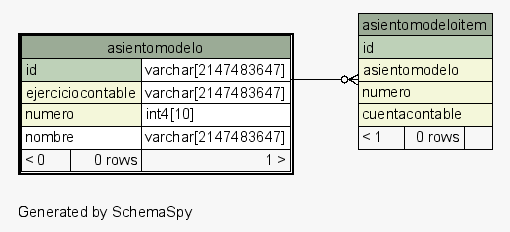
Above: postgresql/schemaSpy/salida/diagrams/asientomodelo.1degree.png in diegopablomansilla/massoftware_front (Graphviz), before the change. Its source is kept beside it as postgresql/schemaSpy/salida/diagrams/asientomodelo.1degree.dot.
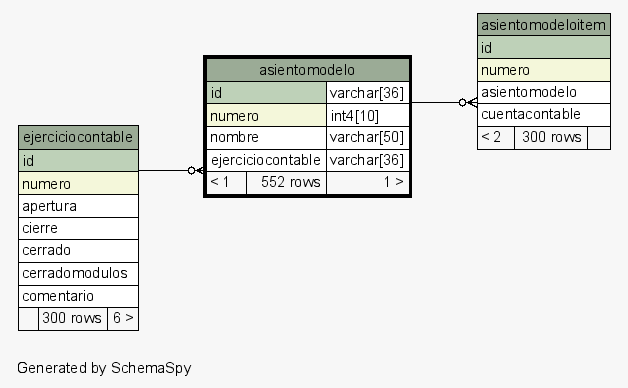
After the change.

Diff of the diagram source:
```diff
@@ -17,16 +17,17 @@
   edge [
     arrowsize="0.8"
   ];
+  "asientomodelo":"ejerciciocontable":sw -> "ejerciciocontable":"id":se [arrowhead=none dir=back arrowtail=crowodot];
   "asientomodeloitem":"asientomodelo":sw -> "asientomodelo":"id.type":se [arrowhead=none dir=back arrowtail=crowodot];
   "asientomodelo" [
     label=<
     <TABLE BORDER="2" CELLBORDER="1" CELLSPACING="0" BGCOLOR="#ffffff">
       <TR><TD COLSPAN="3" BGCOLOR="#9bab96" ALIGN="CENTER">asientomodelo</TD></TR>
-      <TR><TD PORT="id" COLSPAN="2" BGCOLOR="#bed1b8" ALIGN="LEFT">id</TD><TD PORT="id.type" ALIGN="LEFT">varchar[2147483647]</TD></TR>
-      <TR><TD PORT="ejerciciocontable" COLSPAN="2" BGCOLOR="#f4f7da" ALIGN="LEFT">ejerciciocontable</TD><TD PORT="ejerciciocontable.type" ALIGN="LEFT">varchar[2147483647]</TD></TR>
+      <TR><TD PORT="id" COLSPAN="2" BGCOLOR="#bed1b8" ALIGN="LEFT">id</TD><TD PORT="id.type" ALIGN="LEFT">varchar[36]</TD></TR>
       <TR><TD PORT="numero" COLSPAN="2" BGCOLOR="#f4f7da" ALIGN="LEFT">numero</TD><TD PORT="numero.type" ALIGN="LEFT">int4[10]</TD></TR>
-      <TR><TD PORT="nombre" COLSPAN="2" ALIGN="LEFT">nombre</TD><TD PORT="nombre.type" ALIGN="LEFT">varchar[2147483647]</TD></TR>
-      <TR><TD ALIGN="LEFT" BGCOLOR="#f7f7f7">&lt; 0</TD><TD ALIGN="RIGHT" BGCOLOR="#f7f7f7">0 rows</TD><TD ALIGN="RIGHT" BGCOLOR="#f7f7f7">1 &gt;</TD></TR>
+      <TR><TD PORT="nombre" COLSPAN="2" ALIGN="LEFT">nombre</TD><TD PORT="nombre.type" ALIGN="LEFT">varchar[50]</TD></TR>
+      <TR><TD PORT="ejerciciocontable" COLSPAN="2" ALIGN="LEFT">ejerciciocontable</TD><TD PORT="ejerciciocontable.type" ALIGN="LEFT">varchar[36]</TD></TR>
+      <TR><TD ALIGN="LEFT" BGCOLOR="#f7f7f7">&lt; 1</TD><TD ALIGN="RIGHT" BGCOLOR="#f7f7f7">552 rows</TD><TD ALIGN="RIGHT" BGCOLOR="#f7f7f7">1 &gt;</TD></TR>
     </TABLE>>
     URL="asientomodelo.html"
     tooltip="asientomodelo"
@@ -36,12 +37,28 @@
     <TABLE BORDER="0" CELLBORDER="1" CELLSPACING="0" BGCOLOR="#ffffff">
       <TR><TD COLSPAN="3" BGCOLOR="#9bab96" ALIGN="CENTER">asientomodeloitem</TD></TR>
       <TR><TD PORT="id" COLSPAN="3" BGCOLOR="#bed1b8" ALIGN="LEFT">id</TD></TR>
-      <TR><TD PORT="asientomodelo" COLSPAN="3" BGCOLOR="#f4f7da" ALIGN="LEFT">asientomodelo</TD></TR>
       <TR><TD PORT="numero" COLSPAN="3" BGCOLOR="#f4f7da" ALIGN="LEFT">numero</TD></TR>
-      <TR><TD PORT="cuentacontable" COLSPAN="3" BGCOLOR="#f4f7da" ALIGN="LEFT">cuentacontable</TD></TR>
-      <TR><TD ALIGN="LEFT" BGCOLOR="#f7f7f7">&lt; 1</TD><TD ALIGN="RIGHT" BGCOLOR="#f7f7f7">0 rows</TD><TD ALIGN="RIGHT" BGCOLOR="#f7f7f7">  </TD></TR>
+      <TR><TD PORT="asientomodelo" COLSPAN="3" ALIGN="LEFT">asientomodelo</TD></TR>
+      <TR><TD PORT="cuentacontable" COLSPAN="3" ALIGN="LEFT">cuentacontable</TD></TR>
+      <TR><TD ALIGN="LEFT" BGCOLOR="#f7f7f7">&lt; 2</TD><TD ALIGN="RIGHT" BGCOLOR="#f7f7f7">300 rows</TD><TD ALIGN="RIGHT" BGCOLOR="#f7f7f7">  </TD></TR>
     </TABLE>>
     URL="asientomodeloitem.html"
     tooltip="asientomodeloitem"
   ];
+  "ejerciciocontable" [
+    label=<
+    <TABLE BORDER="0" CELLBORDER="1" CELLSPACING="0" BGCOLOR="#ffffff">
+      <TR><TD COLSPAN="3" BGCOLOR="#9bab96" ALIGN="CENTER">ejerciciocontable</TD></TR>
+      <TR><TD PORT="id" COLSPAN="3" BGCOLOR="#bed1b8" ALIGN="LEFT">id</TD></TR>
+      <TR><TD PORT="numero" COLSPAN="3" BGCOLOR="#f4f7da" ALIGN="LEFT">numero</TD></TR>
+      <TR><TD PORT="apertura" COLSPAN="3" ALIGN="LEFT">apertura</TD></TR>
+      <TR><TD PORT="cierre" COLSPAN="3" ALIGN="LEFT">cierre</TD></TR>
+      <TR><TD PORT="cerrado" COLSPAN="3" ALIGN="LEFT">cerrado</TD></TR>
+      <TR><TD PORT="cerradomodulos" COLSPAN="3" ALIGN="LEFT">cerradomodulos</TD></TR>
+      <TR><TD PORT="comentario" COLSPAN="3" ALIGN="LEFT">comentario</TD></TR>
+      <TR><TD ALIGN="LEFT" BGCOLOR="#f7f7f7">  </TD><TD ALIGN="RIGHT" BGCOLOR="#f7f7f7">300 rows</TD><TD ALIGN="RIGHT" BGCOLOR="#f7f7f7">6 &gt;</TD></TR>
+    </TABLE>>
+    URL="ejerciciocontable.html"
+    tooltip="ejerciciocontable"
+  ];
 }
```
